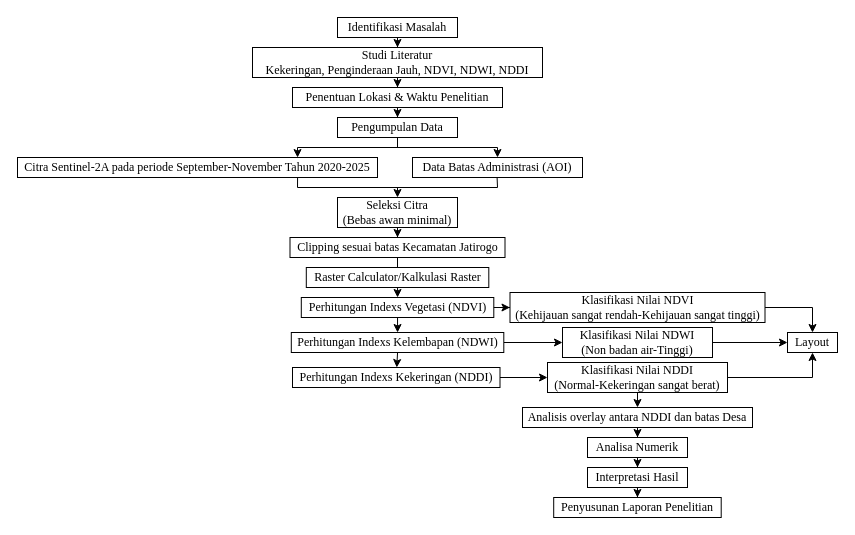
This is kekeringan.drawio from meAinur/flowchart, a draw.io file, before an edit. Source tidied: cells renumbered, new cells numbered last; positions are measured from the earlier drawing's top-left corner, leaving out a move shared by most shapes. Both pictures are drawn from the tidied source at 100%, with x=0, y=0 at pixel (17, 17).
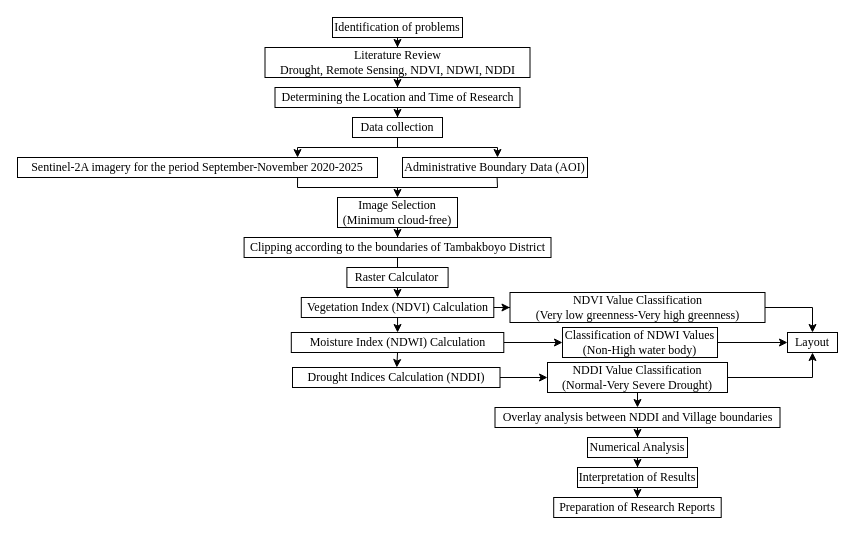
After the change.

Diff of the diagram source:
```diff
@@
-    <mxCell id="3" value="Identifikasi Masalah" style="rounded=0;whiteSpace=wrap;html=1;fontFamily=Times New Roman;" parent="1" vertex="1">
-      <mxGeometry x="320" width="120" height="20" as="geometry" />
+    <mxCell id="3" value="Identification of problems" style="rounded=0;whiteSpace=wrap;html=1;fontFamily=Times New Roman;" parent="1" vertex="1">
+      <mxGeometry x="315" width="130" height="20" as="geometry" />
     </mxCell>
@@
-    <mxCell id="5" value="Studi Literatur&lt;div&gt;Kekeringan, Penginderaan Jauh, NDVI, NDWI, NDDI&lt;/div&gt;" style="rounded=0;whiteSpace=wrap;html=1;fontFamily=Times New Roman;" parent="1" vertex="1">
-      <mxGeometry x="235" y="30" width="290" height="30" as="geometry" />
+    <mxCell id="5" value="&lt;div&gt;Literature Review&lt;/div&gt;&lt;div&gt;Drought, Remote Sensing, NDVI, NDWI, NDDI&lt;/div&gt;" style="rounded=0;whiteSpace=wrap;html=1;fontFamily=Times New Roman;" parent="1" vertex="1">
+      <mxGeometry x="247.5" y="30" width="265" height="30" as="geometry" />
     </mxCell>
@@
-    <mxCell id="7" value="Penentuan Lokasi &amp;amp; Waktu Penelitian" style="rounded=0;whiteSpace=wrap;html=1;fontFamily=Times New Roman;" parent="1" vertex="1">
-      <mxGeometry x="275" y="70" width="210" height="20" as="geometry" />
+    <mxCell id="7" value="Determining the Location and Time of Research" style="rounded=0;whiteSpace=wrap;html=1;fontFamily=Times New Roman;" parent="1" vertex="1">
+      <mxGeometry x="257.5" y="70" width="245" height="20" as="geometry" />
     </mxCell>
-    <mxCell id="8" value="Pengumpulan Data" style="rounded=0;whiteSpace=wrap;html=1;fontFamily=Times New Roman;" parent="1" vertex="1">
-      <mxGeometry x="320" y="100" width="120" height="20" as="geometry" />
+    <mxCell id="8" value="Data collection" style="rounded=0;whiteSpace=wrap;html=1;fontFamily=Times New Roman;" parent="1" vertex="1">
+      <mxGeometry x="335" y="100" width="90" height="20" as="geometry" />
     </mxCell>
-    <mxCell id="9" value="Citra Sentinel-2A pada periode September-November Tahun 2020-2025" style="rounded=0;whiteSpace=wrap;html=1;fontFamily=Times New Roman;" parent="1" vertex="1">
+    <mxCell id="9" value="Sentinel-2A imagery for the period September-November 2020-2025" style="rounded=0;whiteSpace=wrap;html=1;fontFamily=Times New Roman;" parent="1" vertex="1">
       <mxGeometry y="140" width="360" height="20" as="geometry" />
     </mxCell>
-    <mxCell id="10" value="Data Batas Administrasi (AOI)" style="rounded=0;whiteSpace=wrap;html=1;fontFamily=Times New Roman;" parent="1" vertex="1">
-      <mxGeometry x="395" y="140" width="170" height="20" as="geometry" />
+    <mxCell id="10" value="Administrative Boundary Data (AOI)" style="rounded=0;whiteSpace=wrap;html=1;fontFamily=Times New Roman;" parent="1" vertex="1">
+      <mxGeometry x="385" y="140" width="185" height="20" as="geometry" />
     </mxCell>
@@
-    <mxCell id="12" value="Seleksi Citra&lt;div&gt;(Bebas awan minimal)&lt;/div&gt;" style="rounded=0;whiteSpace=wrap;html=1;fontFamily=Times New Roman;" parent="1" vertex="1">
+    <mxCell id="12" value="&lt;div&gt;Image Selection&lt;/div&gt;&lt;div&gt;(Minimum cloud-free)&lt;/div&gt;" style="rounded=0;whiteSpace=wrap;html=1;fontFamily=Times New Roman;" parent="1" vertex="1">
       <mxGeometry x="320" y="180" width="120" height="30" as="geometry" />
     </mxCell>
-    <mxCell id="13" style="edgeStyle=orthogonalEdgeStyle;rounded=0;jettySize=auto;html=1;entryX=0.5;entryY=0;entryDx=0;entryDy=0;" parent="1" edge="1" source="14" target="15">
-      <mxGeometry relative="1" as="geometry" />
+    <mxCell id="13" style="edgeStyle=orthogonalEdgeStyle;rounded=0;jettySize=auto;html=1;" parent="1" edge="1" source="14">
+      <mxGeometry relative="1" as="geometry">
+        <mxPoint x="380" y="250" as="targetPoint" />
+      </mxGeometry>
     </mxCell>
-    <mxCell id="14" value="Clipping sesuai batas Kecamatan Jatirogo" style="rounded=0;whiteSpace=wrap;html=1;fontFamily=Times New Roman;" parent="1" vertex="1">
-      <mxGeometry x="272.5" y="220" width="215" height="20" as="geometry" />
+    <mxCell id="14" value="Clipping according to the boundaries of Tambakboyo District" style="rounded=0;whiteSpace=wrap;html=1;fontFamily=Times New Roman;" parent="1" vertex="1">
+      <mxGeometry x="226.6" y="220" width="306.9" height="20" as="geometry" />
     </mxCell>
-    <mxCell id="15" value="Raster Calculator/Kalkulasi Raster" style="rounded=0;whiteSpace=wrap;html=1;fontFamily=Times New Roman;" parent="1" vertex="1">
-      <mxGeometry x="288.8" y="250" width="182.5" height="20" as="geometry" />
+    <mxCell id="15" value="Raster Calculator" style="rounded=0;whiteSpace=wrap;html=1;fontFamily=Times New Roman;" parent="1" vertex="1">
+      <mxGeometry x="329.4" y="250" width="101.2" height="20" as="geometry" />
     </mxCell>
@@
-    <mxCell id="17" value="Perhitungan Indexs Vegetasi (NDVI)" style="rounded=0;whiteSpace=wrap;html=1;fontFamily=Times New Roman;" parent="1" vertex="1">
+    <mxCell id="17" value="Vegetation Index (NDVI) Calculation" style="rounded=0;whiteSpace=wrap;html=1;fontFamily=Times New Roman;" parent="1" vertex="1">
       <mxGeometry x="283.8" y="280" width="192.5" height="20" as="geometry" />
     </mxCell>
@@
-    <mxCell id="19" value="Perhitungan Indexs Kelembapan (NDWI)" style="rounded=0;whiteSpace=wrap;html=1;fontFamily=Times New Roman;" parent="1" vertex="1">
+    <mxCell id="19" value="Moisture Index (NDWI) Calculation" style="rounded=0;whiteSpace=wrap;html=1;fontFamily=Times New Roman;" parent="1" vertex="1">
       <mxGeometry x="273.8" y="315" width="212.5" height="20" as="geometry" />
     </mxCell>
@@
-    <mxCell id="21" value="Perhitungan Indexs Kekeringan (NDDI)" style="rounded=0;whiteSpace=wrap;html=1;fontFamily=Times New Roman;" parent="1" vertex="1">
+    <mxCell id="21" value="Drought Indices Calculation (NDDI)" style="rounded=0;whiteSpace=wrap;html=1;fontFamily=Times New Roman;" parent="1" vertex="1">
       <mxGeometry x="275" y="350" width="207.5" height="20" as="geometry" />
     </mxCell>
@@
-    <mxCell id="24" style="endArrow=classic;html=1;rounded=0;" parent="1" edge="1" target="10">
+    <mxCell id="24" style="endArrow=classic;html=1;rounded=0;" parent="1" edge="1">
       <mxGeometry relative="1" as="geometry">
         <mxPoint x="480" y="130" as="sourcePoint" />
+        <mxPoint x="480" y="140" as="targetPoint" />
       </mxGeometry>
     </mxCell>
@@
-    <mxCell id="34" value="Klasifikasi Nilai NDVI&lt;div&gt;(Kehijauan sangat rendah-Kehijauan sangat tinggi)&lt;/div&gt;" style="rounded=0;whiteSpace=wrap;html=1;fontFamily=Times New Roman;" parent="1" vertex="1">
+    <mxCell id="34" value="&lt;div&gt;NDVI Value Classification&lt;/div&gt;&lt;div&gt;(Very low greenness-Very high greenness)&lt;/div&gt;" style="rounded=0;whiteSpace=wrap;html=1;fontFamily=Times New Roman;" parent="1" vertex="1">
       <mxGeometry x="492.5" y="275" width="255" height="30" as="geometry" />
     </mxCell>
@@
-    <mxCell id="36" value="Klasifikasi Nilai NDWI&lt;div&gt;(Non badan air-Tinggi)&lt;/div&gt;" style="rounded=0;whiteSpace=wrap;html=1;fontFamily=Times New Roman;" parent="1" vertex="1">
-      <mxGeometry x="545" y="310" width="150" height="30" as="geometry" />
+    <mxCell id="36" value="&lt;div&gt;Classification of NDWI Values&lt;/div&gt;&lt;div&gt;(Non-High water body)&lt;/div&gt;" style="rounded=0;whiteSpace=wrap;html=1;fontFamily=Times New Roman;" parent="1" vertex="1">
+      <mxGeometry x="545" y="310" width="155" height="30" as="geometry" />
     </mxCell>
@@
-    <mxCell id="38" value="Klasifikasi Nilai NDDI&lt;div&gt;(Normal-Kekeringan sangat berat)&lt;/div&gt;" style="rounded=0;whiteSpace=wrap;html=1;fontFamily=Times New Roman;" parent="1" vertex="1">
+    <mxCell id="38" value="&lt;div&gt;NDDI Value Classification&lt;/div&gt;&lt;div&gt;(Normal-Very Severe Drought)&lt;/div&gt;" style="rounded=0;whiteSpace=wrap;html=1;fontFamily=Times New Roman;" parent="1" vertex="1">
       <mxGeometry x="530" y="345" width="180" height="30" as="geometry" />
     </mxCell>
@@
-    <mxCell id="41" value="Analisis overlay antara NDDI dan batas Desa" style="rounded=0;whiteSpace=wrap;html=1;fontFamily=Times New Roman;" parent="1" vertex="1">
-      <mxGeometry x="505" y="390" width="230" height="20" as="geometry" />
+    <mxCell id="41" value="Overlay analysis between NDDI and Village boundaries" style="rounded=0;whiteSpace=wrap;html=1;fontFamily=Times New Roman;" parent="1" vertex="1">
+      <mxGeometry x="477.5" y="390" width="285" height="20" as="geometry" />
     </mxCell>
@@
-    <mxCell id="43" value="Analisa Numerik" style="rounded=0;whiteSpace=wrap;html=1;fontFamily=Times New Roman;" parent="1" vertex="1">
+    <mxCell id="43" value="Numerical Analysis" style="rounded=0;whiteSpace=wrap;html=1;fontFamily=Times New Roman;" parent="1" vertex="1">
       <mxGeometry x="570" y="420" width="100" height="20" as="geometry" />
     </mxCell>
@@
-    <mxCell id="45" value="Interpretasi Hasil" style="rounded=0;whiteSpace=wrap;html=1;fontFamily=Times New Roman;" parent="1" vertex="1">
-      <mxGeometry x="570" y="450" width="100" height="20" as="geometry" />
+    <mxCell id="45" value="Interpretation of Results" style="rounded=0;whiteSpace=wrap;html=1;fontFamily=Times New Roman;" parent="1" vertex="1">
+      <mxGeometry x="560" y="450" width="120" height="20" as="geometry" />
     </mxCell>
-    <mxCell id="46" value="Penyusunan Laporan Penelitian" style="rounded=0;whiteSpace=wrap;html=1;fontFamily=Times New Roman;" parent="1" vertex="1">
+    <mxCell id="46" value="Preparation of Research Reports" style="rounded=0;whiteSpace=wrap;html=1;fontFamily=Times New Roman;" parent="1" vertex="1">
       <mxGeometry x="536.2" y="480" width="167.5" height="20" as="geometry" />
     </mxCell>
```
